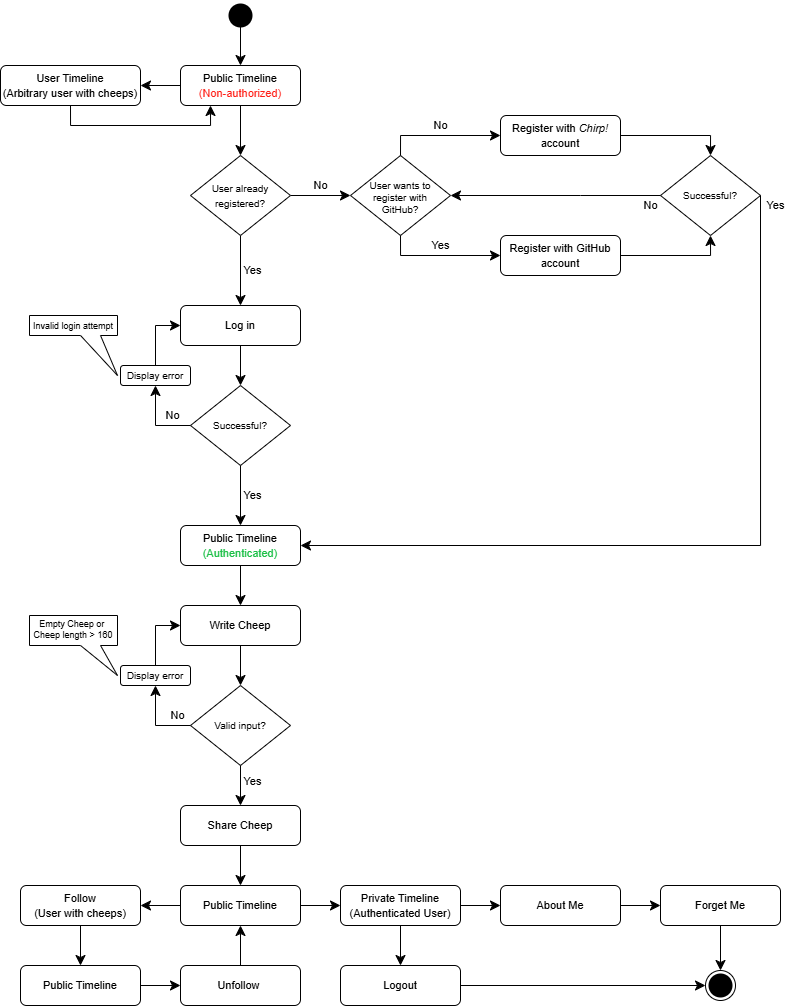
ITU-BDSA2024-GROUP18/Chirp keeps this draw.io diagram as docs/images/ActivityDiagram.png. Above is the earlier version. Source tidied: cells renumbered, new cells last; positions are measured from the earlier drawing's top-left corner, leaving out a move shared by most shapes.
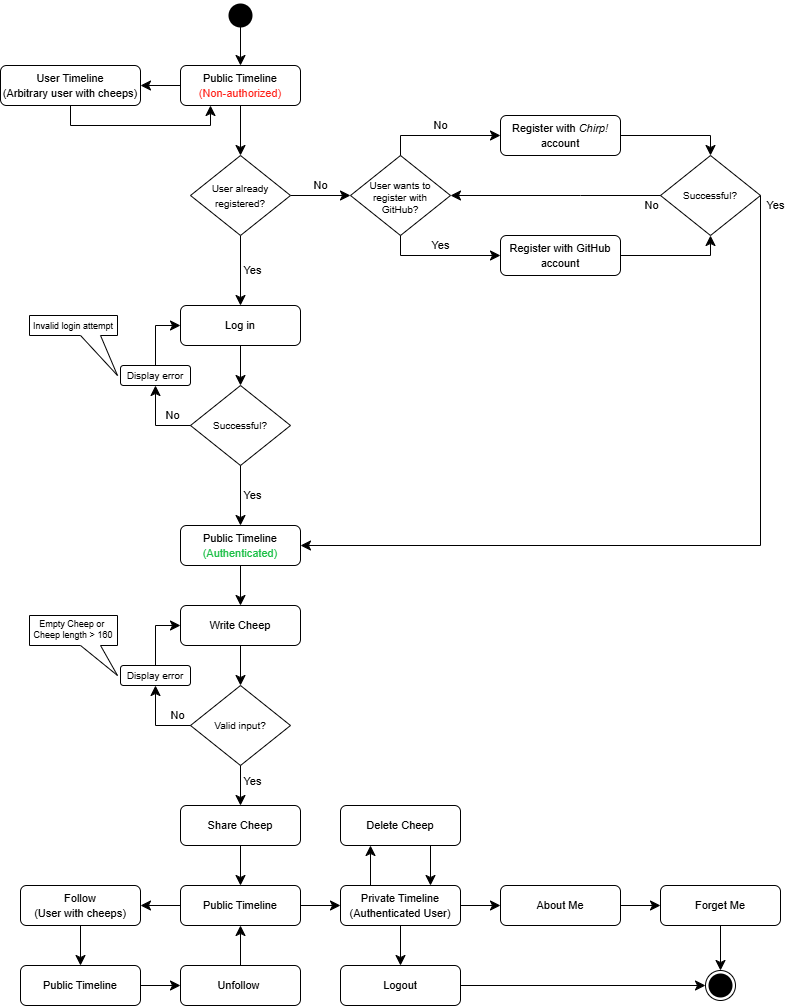
After the change.

Commit message:
Update Activity Diagram

The edit, as a diff of the source:
```diff
@@ -194,5 +194,14 @@
     <mxCell id="61" value="&lt;font style=&quot;font-size: 9px;&quot;&gt;Invalid login attempt&lt;/font&gt;" style="shape=callout;whiteSpace=wrap;html=1;perimeter=calloutPerimeter;position2=1;spacingBottom=0;spacing=2;spacingLeft=0;size=40;position=0.58;" parent="1" vertex="1">
       <mxGeometry x="29" y="310" width="88" height="60" as="geometry" />
     </mxCell>
+    <mxCell id="62" value="&lt;font style=&quot;font-size: 11px;&quot;&gt;Delete Cheep&lt;/font&gt;" style="rounded=1;whiteSpace=wrap;html=1;fontSize=12;glass=0;strokeWidth=1;shadow=0;" parent="1" vertex="1">
+      <mxGeometry x="340" y="800" width="120" height="40" as="geometry" />
+    </mxCell>
+    <mxCell id="63" style="edgeStyle=orthogonalEdgeStyle;rounded=0;html=1;jettySize=auto;fontSize=11;endArrow=classic;endFill=1;endSize=8;strokeWidth=1;shadow=0;labelBackgroundColor=none;exitX=0.25;exitY=0;exitDx=0;exitDy=0;spacingRight=-3;entryX=0.25;entryY=1;entryDx=0;entryDy=0;" parent="1" edge="1" source="46" target="62">
+      <mxGeometry y="10" relative="1" as="geometry" />
+    </mxCell>
+    <mxCell id="64" style="edgeStyle=orthogonalEdgeStyle;rounded=0;html=1;jettySize=auto;fontSize=11;endArrow=classic;endFill=1;endSize=8;strokeWidth=1;shadow=0;labelBackgroundColor=none;exitX=0.75;exitY=1;exitDx=0;exitDy=0;spacingRight=-3;entryX=0.75;entryY=0;entryDx=0;entryDy=0;" parent="1" edge="1" source="62" target="46">
+      <mxGeometry y="10" relative="1" as="geometry" />
+    </mxCell>
   </root>
 </mxGraphModel>
```
